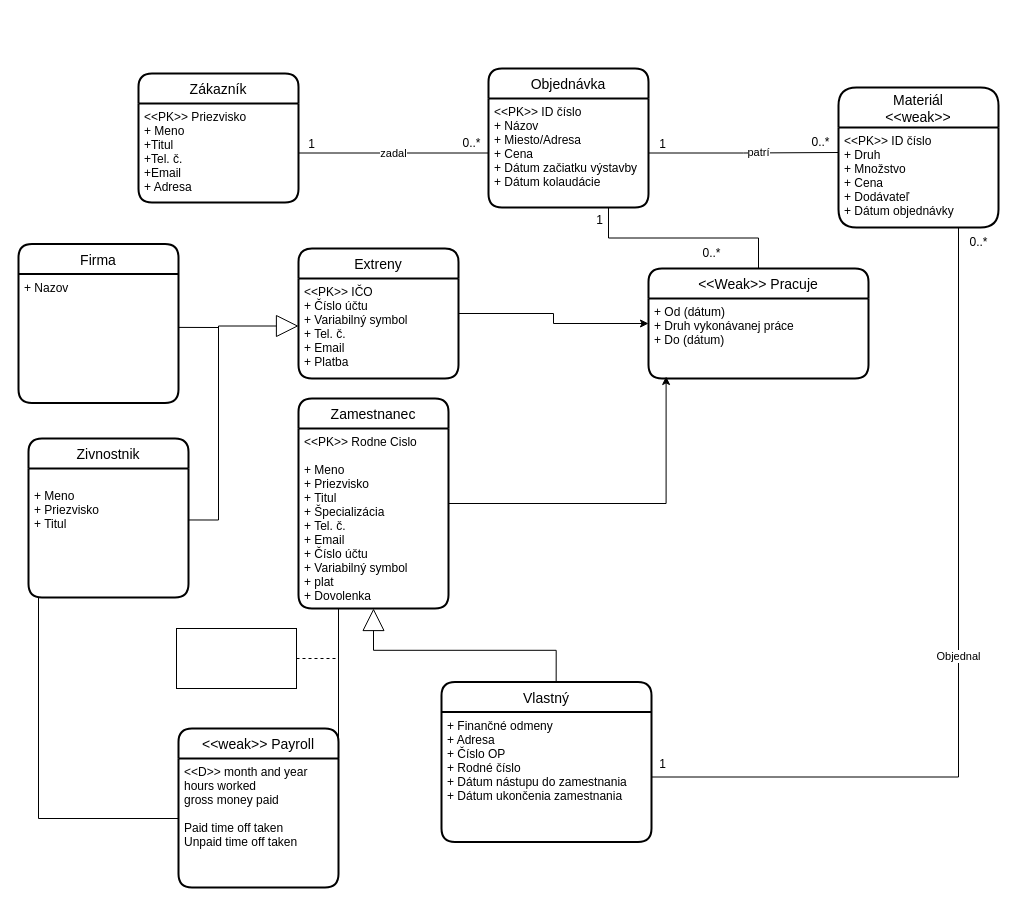
The draw.io diagram stavebnaFirma.drawio in adamlazik1/ids, before the edit. Source tidied: cells renumbered, new cells numbered last; positions are measured from the earlier drawing's top-left corner, leaving out a move shared by most shapes. Both pictures are drawn from the tidied source at 100%, with x=0, y=0 at pixel (18, 68).
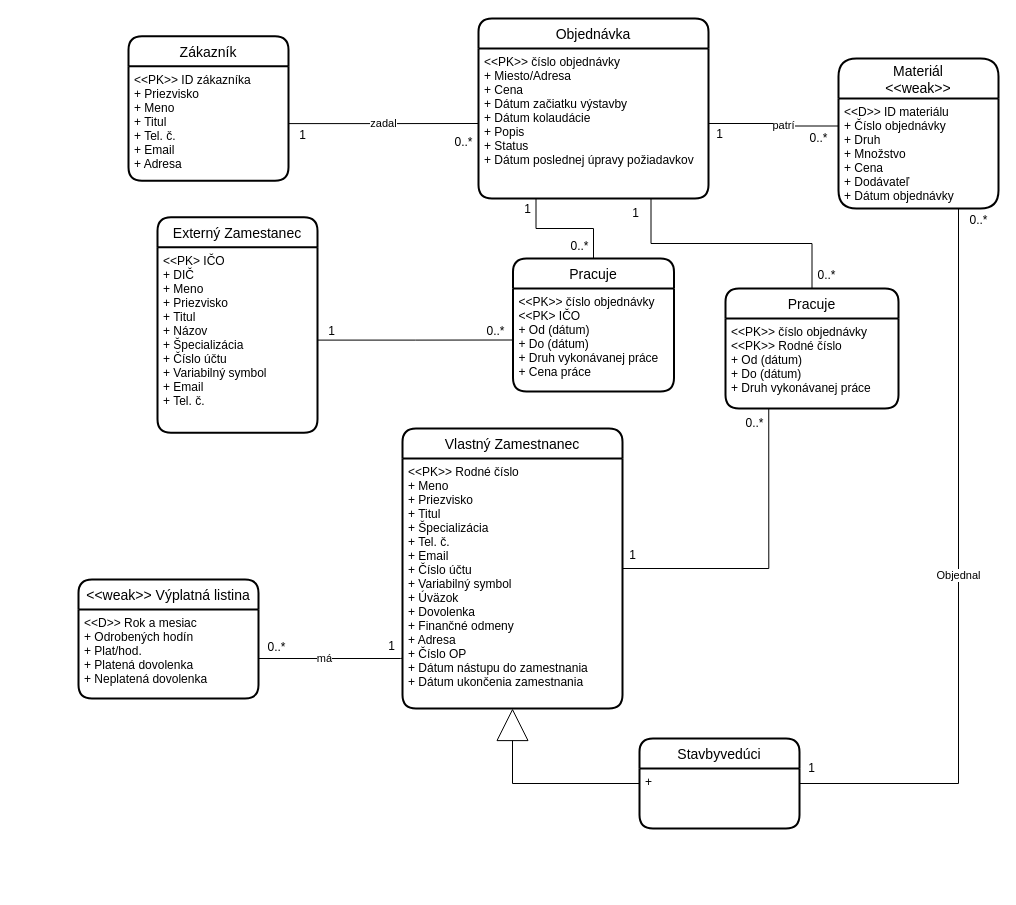
Above is the later version.

Commit message (it also covers changes not shown here):
Blueprint of StavebnaFirma

What changed in the source:
```diff
@@
     <mxCell id="2" value="Zákazník" style="swimlane;horizontal=1;startSize=30;rounded=1;fontSize=14;fontStyle=0;strokeWidth=2;shadow=0;dashed=0;align=center;" parent="1" vertex="1">
-      <mxGeometry x="120" y="5" width="160" height="129" as="geometry" />
+      <mxGeometry x="110" y="-32.2" width="160" height="144.5" as="geometry" />
     </mxCell>
-    <mxCell id="3" value="&lt;&lt;PK&gt;&gt; Priezvisko&#10;+ Meno&#10;+Titul&#10;+Tel. č.&#10;+Email&#10;+ Adresa" style="align=left;strokeColor=none;fillColor=none;spacingLeft=4;fontSize=12;verticalAlign=top;" parent="2" vertex="1">
-      <mxGeometry y="30" width="160" height="99" as="geometry" />
+    <mxCell id="3" value="&lt;&lt;PK&gt;&gt; ID zákazníka&#10;+ Priezvisko&#10;+ Meno&#10;+ Titul&#10;+ Tel. č.&#10;+ Email&#10;+ Adresa" style="align=left;strokeColor=none;fillColor=none;spacingLeft=4;fontSize=12;verticalAlign=top;" parent="2" vertex="1">
+      <mxGeometry y="30" width="160" height="114.5" as="geometry" />
     </mxCell>
     <mxCell id="4" value="Objednávka" style="swimlane;horizontal=1;startSize=30;rounded=1;fontSize=14;fontStyle=0;strokeWidth=2;shadow=0;dashed=0;align=center;" parent="1" vertex="1">
-      <mxGeometry x="470" width="160" height="139" as="geometry" />
+      <mxGeometry x="460" y="-50" width="230" height="180" as="geometry" />
     </mxCell>
-    <mxCell id="5" value="&lt;&lt;PK&gt;&gt; ID číslo&#10;+ Názov&#10;+ Miesto/Adresa&#10;+ Cena&#10;+ Dátum začiatku výstavby&#10;+ Dátum kolaudácie" style="align=left;strokeColor=none;fillColor=none;spacingLeft=4;fontSize=12;verticalAlign=top;" parent="4" vertex="1">
-      <mxGeometry y="30" width="160" height="109" as="geometry" />
+    <mxCell id="5" value="&lt;&lt;PK&gt;&gt; číslo objednávky&#10;+ Miesto/Adresa&#10;+ Cena&#10;+ Dátum začiatku výstavby&#10;+ Dátum kolaudácie&#10;+ Popis&#10;+ Status&#10;+ Dátum poslednej úpravy požiadavkov" style="align=left;strokeColor=none;fillColor=none;spacingLeft=4;fontSize=12;verticalAlign=top;" parent="4" vertex="1">
+      <mxGeometry y="30" width="230" height="150" as="geometry" />
     </mxCell>
     <mxCell id="6" value="Materiál&#10;&lt;&lt;weak&gt;&gt;" style="swimlane;horizontal=1;startSize=40;rounded=1;fontSize=14;fontStyle=0;strokeWidth=2;shadow=0;dashed=0;align=center;" parent="1" vertex="1">
-      <mxGeometry x="820" y="19" width="160" height="140" as="geometry" />
+      <mxGeometry x="820" y="-10" width="160" height="150" as="geometry" />
     </mxCell>
-    <mxCell id="7" value="&lt;&lt;PK&gt;&gt; ID číslo&#10;+ Druh&#10;+ Množstvo&#10;+ Cena&#10;+ Dodávateľ&#10;+ Dátum objednávky" style="align=left;strokeColor=none;fillColor=none;spacingLeft=4;fontSize=12;verticalAlign=top;" parent="6" vertex="1">
-      <mxGeometry y="40" width="160" height="100" as="geometry" />
+    <mxCell id="7" value="&lt;&lt;D&gt;&gt; ID materiálu&#10;+ Číslo objednávky&#10;+ Druh&#10;+ Množstvo&#10;+ Cena&#10;+ Dodávateľ&#10;+ Dátum objednávky" style="align=left;strokeColor=none;fillColor=none;spacingLeft=4;fontSize=12;verticalAlign=top;" parent="6" vertex="1">
+      <mxGeometry y="40" width="160" height="110" as="geometry" />
     </mxCell>
-    <mxCell id="8" style="edgeStyle=orthogonalEdgeStyle;rounded=0;jettySize=auto;html=1;entryX=0;entryY=0.5;entryDx=0;entryDy=0;" parent="1" edge="1" source="9" target="21">
-      <mxGeometry relative="1" as="geometry" />
-    </mxCell>
-    <mxCell id="9" value="Extreny" style="swimlane;horizontal=1;startSize=30;rounded=1;fontSize=14;fontStyle=0;strokeWidth=2;shadow=0;dashed=0;align=center;" parent="1" vertex="1">
-      <mxGeometry x="280" y="180" width="160" height="130" as="geometry" />
-    </mxCell>
-    <mxCell id="10" value="&lt;&lt;PK&gt;&gt; IČO&#10;+ Číslo účtu&#10;+ Variabilný symbol&#10;+ Tel. č.&#10;+ Email&#10;+ Platba&#10;" style="align=left;strokeColor=none;fillColor=none;spacingLeft=4;fontSize=12;verticalAlign=top;" parent="9" vertex="1">
-      <mxGeometry y="30" width="160" height="100" as="geometry" />
-    </mxCell>
-    <mxCell id="11" style="edgeStyle=orthogonalEdgeStyle;rounded=0;jettySize=auto;html=1;entryX=0.08;entryY=0.975;entryDx=0;entryDy=0;entryPerimeter=0;" parent="1" edge="1" source="12" target="22">
+    <mxCell id="11" style="edgeStyle=orthogonalEdgeStyle;rounded=0;jettySize=auto;html=1;entryX=0.25;entryY=1;entryDx=0;entryDy=0;endArrow=none;endFill=0;" parent="1" edge="1" source="12" target="22">
       <mxGeometry relative="1" as="geometry" />
     </mxCell>
-    <mxCell id="12" value="Zamestnanec" style="swimlane;horizontal=1;startSize=30;rounded=1;fontSize=14;fontStyle=0;strokeWidth=2;shadow=0;dashed=0;align=center;" parent="1" vertex="1">
-      <mxGeometry x="280" y="330" width="150" height="210" as="geometry" />
+    <mxCell id="12" value="Vlastný Zamestnanec" style="swimlane;horizontal=1;startSize=30;rounded=1;fontSize=14;fontStyle=0;strokeWidth=2;shadow=0;dashed=0;align=center;" parent="1" vertex="1">
+      <mxGeometry x="384" y="360" width="220" height="280" as="geometry" />
     </mxCell>
-    <mxCell id="13" value="&lt;&lt;PK&gt;&gt; Rodne Cislo&#10;&#10;+ Meno&#10;+ Priezvisko&#10;+ Titul&#10;+ Špecializácia&#10;+ Tel. č.&#10;+ Email&#10;+ Číslo účtu&#10;+ Variabilný symbol&#10;+ plat&#10;+ Dovolenka&#10;&#10;" style="align=left;strokeColor=none;fillColor=none;spacingLeft=4;fontSize=12;verticalAlign=top;" parent="12" vertex="1">
-      <mxGeometry y="30" width="150" height="180" as="geometry" />
+    <mxCell id="13" value="&lt;&lt;PK&gt;&gt; Rodné číslo&#10;+ Meno&#10;+ Priezvisko&#10;+ Titul&#10;+ Špecializácia&#10;+ Tel. č.&#10;+ Email&#10;+ Číslo účtu&#10;+ Variabilný symbol&#10;+ Úväzok&#10;+ Dovolenka&#10;+ Finančné odmeny&#10;+ Adresa&#10;+ Číslo OP&#10;+ Dátum nástupu do zamestnania&#10;+ Dátum ukončenia zamestnania" style="align=left;strokeColor=none;fillColor=none;spacingLeft=4;fontSize=12;verticalAlign=top;" parent="12" vertex="1">
+      <mxGeometry y="30" width="220" height="250" as="geometry" />
     </mxCell>
-    <mxCell id="14" value="Vlastný" style="swimlane;horizontal=1;startSize=30;rounded=1;fontSize=14;fontStyle=0;strokeWidth=2;shadow=0;dashed=0;align=center;" parent="1" vertex="1">
-      <mxGeometry x="423" y="613.5" width="210" height="160" as="geometry" />
-    </mxCell>
-    <mxCell id="15" value="+ Finančné odmeny&#10;+ Adresa&#10;+ Číslo OP&#10;+ Rodné číslo&#10;+ Dátum nástupu do zamestnania&#10;+ Dátum ukončenia zamestnania" style="align=left;strokeColor=none;fillColor=none;spacingLeft=4;fontSize=12;verticalAlign=top;" parent="14" vertex="1">
-      <mxGeometry y="30" width="210" height="130" as="geometry" />
-    </mxCell>
-    <mxCell id="16" value="Objednal" style="edgeStyle=orthogonalEdgeStyle;rounded=0;jettySize=auto;html=1;entryX=0.75;entryY=1;entryDx=0;entryDy=0;strokeColor=default;endArrow=none;endFill=0;" parent="1" edge="1" source="15" target="7">
+    <mxCell id="16" value="Objednal" style="edgeStyle=orthogonalEdgeStyle;rounded=0;jettySize=auto;html=1;entryX=0.75;entryY=1;entryDx=0;entryDy=0;strokeColor=default;endArrow=none;endFill=0;exitX=1;exitY=0.25;exitDx=0;exitDy=0;" parent="1" edge="1" source="50" target="7">
       <mxGeometry relative="1" as="geometry" />
     </mxCell>
@@
-    <mxCell id="21" value="&lt;&lt;Weak&gt;&gt; Pracuje" style="swimlane;horizontal=1;startSize=30;rounded=1;fontSize=14;fontStyle=0;strokeWidth=2;shadow=0;dashed=0;align=center;" parent="1" vertex="1">
-      <mxGeometry x="630" y="200" width="220" height="110" as="geometry" />
+    <mxCell id="21" value="Pracuje" style="swimlane;horizontal=1;startSize=30;rounded=1;fontSize=14;fontStyle=0;strokeWidth=2;shadow=0;dashed=0;align=center;" parent="1" vertex="1">
+      <mxGeometry x="707" y="220" width="173" height="120" as="geometry" />
     </mxCell>
-    <mxCell id="22" value="+ Od (dátum)&#10;+ Druh vykonávanej práce&#10;+ Do (dátum)" style="align=left;strokeColor=none;fillColor=none;spacingLeft=4;fontSize=12;verticalAlign=top;" parent="21" vertex="1">
-      <mxGeometry y="30" width="220" height="80" as="geometry" />
+    <mxCell id="22" value="&lt;&lt;PK&gt;&gt; číslo objednávky&#10;&lt;&lt;PK&gt;&gt; Rodné číslo&#10;+ Od (dátum)&#10;+ Do (dátum)&#10;+ Druh vykonávanej práce" style="align=left;strokeColor=none;fillColor=none;spacingLeft=4;fontSize=12;verticalAlign=top;" parent="21" vertex="1">
+      <mxGeometry y="30" width="173" height="90" as="geometry" />
     </mxCell>
     <mxCell id="23" value="1" style="text;html=1;align=center;verticalAlign=middle;strokeColor=none;fillColor=none;" parent="1" vertex="1">
-      <mxGeometry x="278" y="61" width="30" height="30" as="geometry" />
+      <mxGeometry x="269" y="52" width="30" height="30" as="geometry" />
     </mxCell>
     <mxCell id="24" value="0..*" style="text;html=1;align=center;verticalAlign=middle;strokeColor=none;fillColor=none;" parent="1" vertex="1">
-      <mxGeometry x="433" y="60" width="40" height="30" as="geometry" />
+      <mxGeometry x="425" y="59" width="40" height="30" as="geometry" />
     </mxCell>
     <mxCell id="25" value="1" style="text;html=1;align=center;verticalAlign=middle;strokeColor=none;fillColor=none;" parent="1" vertex="1">
-      <mxGeometry x="629" y="61" width="30" height="30" as="geometry" />
+      <mxGeometry x="686" y="50.5" width="30" height="30" as="geometry" />
     </mxCell>
     <mxCell id="26" value="0..*" style="text;html=1;align=center;verticalAlign=middle;strokeColor=none;fillColor=none;" parent="1" vertex="1">
-      <mxGeometry x="782" y="58.5" width="40" height="30" as="geometry" />
+      <mxGeometry x="780" y="54.5" width="40" height="30" as="geometry" />
     </mxCell>
     <mxCell id="27" value="0..*" style="text;html=1;align=center;verticalAlign=middle;strokeColor=none;fillColor=none;" parent="1" vertex="1">
-      <mxGeometry x="673" y="170" width="40" height="30" as="geometry" />
+      <mxGeometry x="787.5" y="192" width="40" height="30" as="geometry" />
     </mxCell>
     <mxCell id="28" value="1" style="text;html=1;align=center;verticalAlign=middle;strokeColor=none;fillColor=none;" parent="1" vertex="1">
-      <mxGeometry x="566" y="137" width="30" height="30" as="geometry" />
+      <mxGeometry x="602" y="130" width="30" height="30" as="geometry" />
     </mxCell>
     <mxCell id="29" value="0..*" style="text;html=1;align=center;verticalAlign=middle;strokeColor=none;fillColor=none;" parent="1" vertex="1">
-      <mxGeometry x="940" y="159" width="40" height="30" as="geometry" />
+      <mxGeometry x="940" y="137" width="40" height="30" as="geometry" />
     </mxCell>
-    <mxCell id="30" value="1" style="text;html=1;align=center;verticalAlign=middle;strokeColor=none;fillColor=none;" parent="1" vertex="1">
-      <mxGeometry x="629" y="680.5" width="30" height="30" as="geometry" />
-    </mxCell>
-    <mxCell id="31" style="edgeStyle=orthogonalEdgeStyle;rounded=0;jettySize=auto;html=1;endArrow=block;endFill=0;entryX=0.5;entryY=1;entryDx=0;entryDy=0;endSize=20;exitX=0.546;exitY=0.001;exitDx=0;exitDy=0;exitPerimeter=0;" parent="1" edge="1" source="14" target="13">
-      <mxGeometry relative="1" as="geometry" />
-    </mxCell>
-    <mxCell id="32" style="edgeStyle=orthogonalEdgeStyle;rounded=0;jettySize=auto;html=1;entryX=0;entryY=0.25;entryDx=0;entryDy=0;endArrow=block;endFill=0;endSize=20;exitX=1;exitY=0.399;exitDx=0;exitDy=0;exitPerimeter=0;" parent="1" edge="1" source="36">
-      <mxGeometry relative="1" as="geometry">
-        <mxPoint x="280" y="257.5" as="targetPoint" />
-        <Array as="points">
-          <mxPoint x="200" y="452" />
-          <mxPoint x="200" y="258" />
-        </Array>
-      </mxGeometry>
-    </mxCell>
-    <mxCell id="33" value="Firma" style="swimlane;horizontal=1;startSize=30;rounded=1;fontSize=14;fontStyle=0;strokeWidth=2;shadow=0;dashed=0;align=center;" parent="1" vertex="1">
-      <mxGeometry y="175.5" width="160" height="159" as="geometry" />
-    </mxCell>
-    <mxCell id="34" value="+ Nazov&#10;" style="align=left;strokeColor=none;fillColor=none;spacingLeft=4;fontSize=12;verticalAlign=top;" parent="33" vertex="1">
-      <mxGeometry y="30" width="160" height="129" as="geometry" />
-    </mxCell>
-    <mxCell id="35" value="Zivnostnik" style="swimlane;horizontal=1;startSize=30;rounded=1;fontSize=14;fontStyle=0;strokeWidth=2;shadow=0;dashed=0;align=center;" parent="1" vertex="1">
-      <mxGeometry x="10" y="370" width="160" height="159" as="geometry" />
-    </mxCell>
-    <mxCell id="36" value="&#10;+ Meno&#10;+ Priezvisko&#10;+ Titul" style="align=left;strokeColor=none;fillColor=none;spacingLeft=4;fontSize=12;verticalAlign=top;" parent="35" vertex="1">
-      <mxGeometry y="30" width="160" height="129" as="geometry" />
-    </mxCell>
-    <mxCell id="37" style="swimlane;horizontal=1;startSize=30;rounded=1;fontSize=14;fontStyle=0;strokeWidth=2;shadow=0;dashed=0;align=center;" parent="35" vertex="1">
-      <mxGeometry y="159" width="160" as="geometry" />
-    </mxCell>
-    <mxCell id="38" value="&#10;&#10;&#10;&#10; &#10;" style="align=left;strokeColor=none;fillColor=none;spacingLeft=4;fontSize=12;verticalAlign=top;" parent="37" vertex="1">
-      <mxGeometry width="160" as="geometry" />
-    </mxCell>
-    <mxCell id="39" value="&lt;&lt;weak&gt;&gt; Payroll" style="swimlane;horizontal=1;startSize=30;rounded=1;fontSize=14;fontStyle=0;strokeWidth=2;shadow=0;dashed=0;align=center;" parent="1" vertex="1">
-      <mxGeometry x="160" y="660" width="160" height="159" as="geometry" />
+    <mxCell id="39" value="&lt;&lt;weak&gt;&gt; Výplatná listina" style="swimlane;horizontal=1;startSize=30;rounded=1;fontSize=14;fontStyle=0;strokeWidth=2;shadow=0;dashed=0;align=center;" parent="1" vertex="1">
+      <mxGeometry x="60" y="511" width="180" height="119" as="geometry" />
     </mxCell>
-    <mxCell id="40" value="&lt;&lt;D&gt;&gt; month and year&#10;hours worked&#10;gross money paid&#10;&#10;Paid time off taken&#10;Unpaid time off taken&#10;&#10; &#10;" style="align=left;strokeColor=none;fillColor=none;spacingLeft=4;fontSize=12;verticalAlign=top;" parent="39" vertex="1">
-      <mxGeometry y="30" width="160" height="129" as="geometry" />
+    <mxCell id="40" value="&lt;&lt;D&gt;&gt; Rok a mesiac&#10;+ Odrobených hodín&#10;+ Plat/hod.&#10;+ Platená dovolenka&#10;+ Neplatená dovolenka&#10;" style="align=left;strokeColor=none;fillColor=none;spacingLeft=4;fontSize=12;verticalAlign=top;" parent="39" vertex="1">
+      <mxGeometry y="30" width="180" height="89" as="geometry" />
     </mxCell>
-    <mxCell id="41" style="edgeStyle=orthogonalEdgeStyle;rounded=0;jettySize=auto;html=1;entryX=1;entryY=0.5;entryDx=0;entryDy=0;endArrow=none;endFill=0;endSize=20;" parent="1" edge="1" source="13" target="40">
-      <mxGeometry relative="1" as="geometry">
-        <Array as="points">
-          <mxPoint x="320" y="715" />
-        </Array>
-      </mxGeometry>
-    </mxCell>
-    <mxCell id="42" style="endArrow=none;html=1;rounded=0;endSize=20;exitX=1.001;exitY=0.422;exitDx=0;exitDy=0;exitPerimeter=0;" parent="1" edge="1">
-      <mxGeometry relative="1" as="geometry">
-        <mxPoint x="160.2" y="258.9" as="sourcePoint" />
-        <mxPoint x="200" y="259" as="targetPoint" />
-      </mxGeometry>
-    </mxCell>
-    <mxCell id="43" style="edgeStyle=orthogonalEdgeStyle;rounded=0;jettySize=auto;html=1;endArrow=none;endFill=0;endSize=20;" parent="1" edge="1" target="37">
-      <mxGeometry relative="1" as="geometry">
-        <mxPoint x="160" y="750" as="sourcePoint" />
-        <Array as="points">
-          <mxPoint x="20" y="750" />
-        </Array>
-      </mxGeometry>
-    </mxCell>
-    <mxCell id="44" style="edgeStyle=orthogonalEdgeStyle;rounded=0;jettySize=auto;html=1;endArrow=none;endFill=0;endSize=20;dashed=1;" parent="1" edge="1" source="45">
-      <mxGeometry relative="1" as="geometry">
-        <mxPoint x="320" y="620" as="targetPoint" />
-        <Array as="points">
-          <mxPoint x="320" y="590" />
-        </Array>
-      </mxGeometry>
-    </mxCell>
-    <mxCell id="45" style="rounded=0;whiteSpace=wrap;html=1;" parent="1" vertex="1">
-      <mxGeometry x="158" y="560" width="120" height="60" as="geometry" />
-    </mxCell>
+    <mxCell id="46" value="0..*" style="text;html=1;align=center;verticalAlign=middle;strokeColor=none;fillColor=none;" parent="1" vertex="1">
+      <mxGeometry x="716" y="340" width="40" height="30" as="geometry" />
+    </mxCell>
+    <mxCell id="47" value="1" style="text;html=1;align=center;verticalAlign=middle;strokeColor=none;fillColor=none;" parent="1" vertex="1">
+      <mxGeometry x="599" y="472" width="30" height="30" as="geometry" />
+    </mxCell>
+    <mxCell id="48" style="edgeStyle=orthogonalEdgeStyle;rounded=0;jettySize=auto;html=1;entryX=0.5;entryY=1;entryDx=0;entryDy=0;endArrow=block;endFill=0;endSize=30;" parent="1" edge="1" source="49" target="13">
+      <mxGeometry relative="1" as="geometry" />
+    </mxCell>
+    <mxCell id="49" value="Stavbyvedúci" style="swimlane;horizontal=1;startSize=30;rounded=1;fontSize=14;fontStyle=0;strokeWidth=2;shadow=0;dashed=0;align=center;" parent="1" vertex="1">
+      <mxGeometry x="621" y="670" width="160" height="90" as="geometry" />
+    </mxCell>
+    <mxCell id="50" value="+" style="align=left;strokeColor=none;fillColor=none;spacingLeft=4;fontSize=12;verticalAlign=top;" parent="49" vertex="1">
+      <mxGeometry y="30" width="160" height="60" as="geometry" />
+    </mxCell>
+    <mxCell id="51" value="1" style="text;html=1;align=center;verticalAlign=middle;strokeColor=none;fillColor=none;" parent="1" vertex="1">
+      <mxGeometry x="777.5" y="685" width="30" height="30" as="geometry" />
+    </mxCell>
+    <mxCell id="52" value="má" style="edgeStyle=orthogonalEdgeStyle;rounded=0;jettySize=auto;html=1;endArrow=none;endFill=0;exitX=1;exitY=0.5;exitDx=0;exitDy=0;entryX=-0.001;entryY=0.799;entryDx=0;entryDy=0;entryPerimeter=0;" parent="1" edge="1" source="40" target="13">
+      <mxGeometry x="-0.05" relative="1" as="geometry">
+        <Array as="points">
+          <mxPoint x="240" y="590" />
+          <mxPoint x="382" y="590" />
+        </Array>
+      </mxGeometry>
+    </mxCell>
+    <mxCell id="53" value="0..*" style="text;html=1;align=center;verticalAlign=middle;strokeColor=none;fillColor=none;" parent="1" vertex="1">
+      <mxGeometry x="238" y="564" width="40" height="30" as="geometry" />
+    </mxCell>
+    <mxCell id="54" value="1" style="text;html=1;align=center;verticalAlign=middle;strokeColor=none;fillColor=none;" parent="1" vertex="1">
+      <mxGeometry x="358" y="563" width="30" height="30" as="geometry" />
+    </mxCell>
+    <mxCell id="55" style="edgeStyle=orthogonalEdgeStyle;rounded=0;jettySize=auto;html=1;entryX=0.25;entryY=1;entryDx=0;entryDy=0;endArrow=none;endFill=0;" parent="1" edge="1" source="56" target="5">
+      <mxGeometry relative="1" as="geometry" />
+    </mxCell>
+    <mxCell id="56" value="Pracuje" style="swimlane;horizontal=1;startSize=30;rounded=1;fontSize=14;fontStyle=0;strokeWidth=2;shadow=0;dashed=0;align=center;" parent="1" vertex="1">
+      <mxGeometry x="494.5" y="190" width="161" height="133" as="geometry" />
+    </mxCell>
+    <mxCell id="57" value="&lt;&lt;PK&gt;&gt; číslo objednávky&#10;&lt;&lt;PK&gt; IČO&#10;+ Od (dátum)&#10;+ Do (dátum)&#10;+ Druh vykonávanej práce&#10;+ Cena práce" style="align=left;strokeColor=none;fillColor=none;spacingLeft=4;fontSize=12;verticalAlign=top;" parent="56" vertex="1">
+      <mxGeometry y="30" width="161" height="103" as="geometry" />
+    </mxCell>
+    <mxCell id="58" value="1" style="text;html=1;align=center;verticalAlign=middle;strokeColor=none;fillColor=none;" parent="1" vertex="1">
+      <mxGeometry x="494" y="126" width="30" height="30" as="geometry" />
+    </mxCell>
+    <mxCell id="59" value="0..*" style="text;html=1;align=center;verticalAlign=middle;strokeColor=none;fillColor=none;" parent="1" vertex="1">
+      <mxGeometry x="541" y="163" width="40" height="30" as="geometry" />
+    </mxCell>
+    <mxCell id="60" value="Externý Zamestanec" style="swimlane;horizontal=1;startSize=30;rounded=1;fontSize=14;fontStyle=0;strokeWidth=2;shadow=0;dashed=0;align=center;" parent="1" vertex="1">
+      <mxGeometry x="139" y="148.8" width="160" height="215.5" as="geometry" />
+    </mxCell>
+    <mxCell id="61" value="&lt;&lt;PK&gt; IČO&#10;+ DIČ&#10;+ Meno&#10;+ Priezvisko&#10;+ Titul&#10;+ Názov&#10;+ Špecializácia&#10;+ Číslo účtu&#10;+ Variabilný symbol&#10;+ Email&#10;+ Tel. č." style="align=left;strokeColor=none;fillColor=none;spacingLeft=4;fontSize=12;verticalAlign=top;" parent="60" vertex="1">
+      <mxGeometry y="30" width="160" height="185.5" as="geometry" />
+    </mxCell>
+    <mxCell id="62" style="edgeStyle=orthogonalEdgeStyle;rounded=0;jettySize=auto;html=1;entryX=0;entryY=0.5;entryDx=0;entryDy=0;endArrow=none;endFill=0;" parent="1" edge="1" source="61" target="57">
+      <mxGeometry relative="1" as="geometry" />
+    </mxCell>
+    <mxCell id="63" value="0..*" style="text;html=1;align=center;verticalAlign=middle;strokeColor=none;fillColor=none;" parent="1" vertex="1">
+      <mxGeometry x="457" y="248" width="40" height="30" as="geometry" />
+    </mxCell>
+    <mxCell id="64" value="1" style="text;html=1;align=center;verticalAlign=middle;strokeColor=none;fillColor=none;" parent="1" vertex="1">
+      <mxGeometry x="298" y="248" width="30" height="30" as="geometry" />
+    </mxCell>
```
